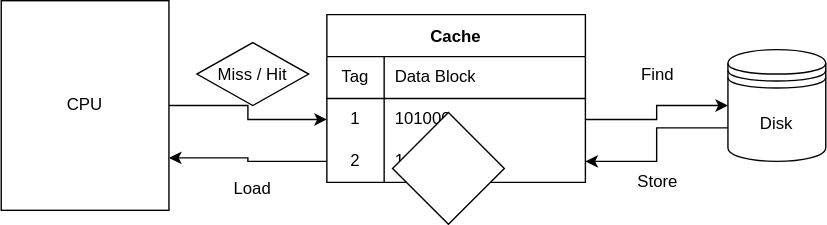
Earlier version of the draw.io export Cache 동작원리.svg (AnneMayor/TestRepository). Source tidied: cells renumbered, new cells last; positions are measured from the earlier drawing's top-left corner, leaving out a move shared by most shapes. Its diagram source:
```xml
<mxGraphModel>
  <root>
    <mxCell id="0" />
    <mxCell id="1" parent="0" />
    <mxCell id="2" style="edgeStyle=orthogonalEdgeStyle;rounded=0;jettySize=auto;html=1;exitX=1;exitY=0.5;exitDx=0;exitDy=0;entryX=0;entryY=0.5;entryDx=0;entryDy=0;" parent="1" edge="1" source="3" target="10">
      <mxGeometry relative="1" as="geometry" />
    </mxCell>
    <mxCell id="3" value="CPU" style="rounded=0;whiteSpace=wrap;html=1;" parent="1" vertex="1">
      <mxGeometry width="120" height="150" as="geometry" />
    </mxCell>
    <mxCell id="4" style="edgeStyle=orthogonalEdgeStyle;rounded=0;jettySize=auto;html=1;exitX=0;exitY=0.7;exitDx=0;exitDy=0;entryX=1;entryY=0.5;entryDx=0;entryDy=0;" parent="1" edge="1" source="5" target="13">
      <mxGeometry relative="1" as="geometry" />
    </mxCell>
    <mxCell id="5" value="Disk" style="shape=datastore;whiteSpace=wrap;html=1;strokeColor=default;" parent="1" vertex="1">
      <mxGeometry x="520" y="35" width="70" height="80" as="geometry" />
    </mxCell>
    <mxCell id="6" value="Cache" style="shape=table;startSize=30;rowLines=0;fontStyle=1;align=center;strokeColor=default;" parent="1" vertex="1">
      <mxGeometry x="233" y="10" width="185" height="120" as="geometry" />
    </mxCell>
    <mxCell id="7" style="shape=partialRectangle;html=1;whiteSpace=wrap;fillColor=none;top=0;left=0;bottom=1;right=0;strokeColor=default;" parent="6" vertex="1">
      <mxGeometry y="30" width="185" height="30" as="geometry" />
    </mxCell>
    <mxCell id="8" value="Tag" style="shape=partialRectangle;html=1;whiteSpace=wrap;fillColor=none;top=0;left=0;bottom=0;right=0;overflow=hidden;strokeColor=default;" parent="7" vertex="1">
      <mxGeometry width="41" height="30" as="geometry" />
    </mxCell>
    <mxCell id="9" value="Data Block" style="shape=partialRectangle;html=1;whiteSpace=wrap;fillColor=none;top=0;left=0;bottom=0;right=0;align=left;spacingLeft=6;overflow=hidden;strokeColor=default;" parent="7" vertex="1">
      <mxGeometry x="41" width="144" height="30" as="geometry" />
    </mxCell>
    <mxCell id="10" style="shape=partialRectangle;html=1;whiteSpace=wrap;fillColor=none;top=0;left=0;bottom=0;right=0;points=[[0,0.5],[1,0.5]];portConstraint=eastwest;strokeColor=default;" parent="6" vertex="1">
      <mxGeometry y="60" width="185" height="30" as="geometry" />
    </mxCell>
    <mxCell id="11" value="1" style="shape=partialRectangle;html=1;whiteSpace=wrap;fillColor=none;top=0;left=0;bottom=0;right=0;overflow=hidden;strokeColor=default;" parent="10" vertex="1">
      <mxGeometry width="41" height="30" as="geometry" />
    </mxCell>
    <mxCell id="12" value="101000" style="shape=partialRectangle;html=1;whiteSpace=wrap;fillColor=none;top=0;left=0;bottom=0;right=0;align=left;spacingLeft=6;overflow=hidden;strokeColor=default;" parent="10" vertex="1">
      <mxGeometry x="41" width="144" height="30" as="geometry" />
    </mxCell>
    <mxCell id="13" style="shape=partialRectangle;html=1;whiteSpace=wrap;fillColor=none;top=0;left=0;bottom=0;right=0;points=[[0,0.5],[1,0.5]];portConstraint=eastwest;strokeColor=default;" parent="6" vertex="1">
      <mxGeometry y="90" width="185" height="30" as="geometry" />
    </mxCell>
    <mxCell id="14" value="2" style="shape=partialRectangle;html=1;whiteSpace=wrap;fillColor=none;top=0;left=0;bottom=0;right=0;overflow=hidden;strokeColor=default;" parent="13" vertex="1">
      <mxGeometry width="41" height="30" as="geometry" />
    </mxCell>
    <mxCell id="15" value="101011" style="shape=partialRectangle;html=1;whiteSpace=wrap;fillColor=none;top=0;left=0;bottom=0;right=0;align=left;spacingLeft=6;overflow=hidden;strokeColor=default;" parent="13" vertex="1">
      <mxGeometry x="41" width="144" height="30" as="geometry" />
    </mxCell>
    <mxCell id="16" style="edgeStyle=orthogonalEdgeStyle;rounded=0;jettySize=auto;html=1;exitX=1;exitY=0.5;exitDx=0;exitDy=0;entryX=0;entryY=0.5;entryDx=0;entryDy=0;" parent="1" edge="1" source="10" target="5">
      <mxGeometry relative="1" as="geometry" />
    </mxCell>
    <mxCell id="17" style="rhombus;whiteSpace=wrap;html=1;strokeColor=default;" parent="1" vertex="1">
      <mxGeometry x="280" y="80" width="80" height="80" as="geometry" />
    </mxCell>
    <mxCell id="18" value="Miss / Hit" style="rhombus;whiteSpace=wrap;html=1;strokeColor=default;" parent="1" vertex="1">
      <mxGeometry x="140" y="30" width="80" height="45" as="geometry" />
    </mxCell>
    <mxCell id="19" style="edgeStyle=orthogonalEdgeStyle;rounded=0;jettySize=auto;html=1;exitX=0;exitY=0.5;exitDx=0;exitDy=0;entryX=1;entryY=0.75;entryDx=0;entryDy=0;" parent="1" edge="1" source="13" target="3">
      <mxGeometry relative="1" as="geometry" />
    </mxCell>
    <mxCell id="20" value="Find" style="text;html=1;strokeColor=none;fillColor=none;align=center;verticalAlign=middle;whiteSpace=wrap;rounded=0;" parent="1" vertex="1">
      <mxGeometry x="440" y="37.5" width="60" height="30" as="geometry" />
    </mxCell>
    <mxCell id="21" value="Store" style="text;html=1;strokeColor=none;fillColor=none;align=center;verticalAlign=middle;whiteSpace=wrap;rounded=0;" parent="1" vertex="1">
      <mxGeometry x="440" y="115" width="60" height="30" as="geometry" />
    </mxCell>
    <mxCell id="22" value="Load" style="text;html=1;strokeColor=none;fillColor=none;align=center;verticalAlign=middle;whiteSpace=wrap;rounded=0;" parent="1" vertex="1">
      <mxGeometry x="150" y="120" width="60" height="30" as="geometry" />
    </mxCell>
  </root>
</mxGraphModel>
```
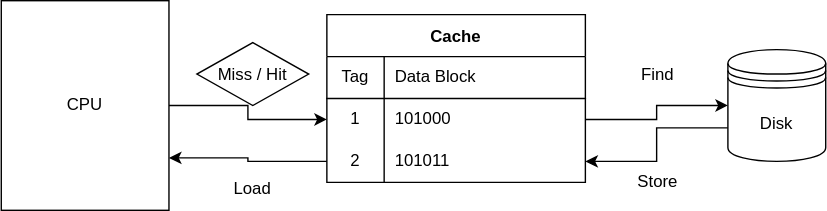
Above is the later version.

The edit, as a diff of the source:
```diff
@@ -47,9 +47,6 @@
     <mxCell id="16" style="edgeStyle=orthogonalEdgeStyle;rounded=0;jettySize=auto;html=1;exitX=1;exitY=0.5;exitDx=0;exitDy=0;entryX=0;entryY=0.5;entryDx=0;entryDy=0;" parent="1" edge="1" source="10" target="5">
       <mxGeometry relative="1" as="geometry" />
     </mxCell>
-    <mxCell id="17" style="rhombus;whiteSpace=wrap;html=1;strokeColor=default;" parent="1" vertex="1">
-      <mxGeometry x="280" y="80" width="80" height="80" as="geometry" />
-    </mxCell>
     <mxCell id="18" value="Miss / Hit" style="rhombus;whiteSpace=wrap;html=1;strokeColor=default;" parent="1" vertex="1">
       <mxGeometry x="140" y="30" width="80" height="45" as="geometry" />
     </mxCell>
```
